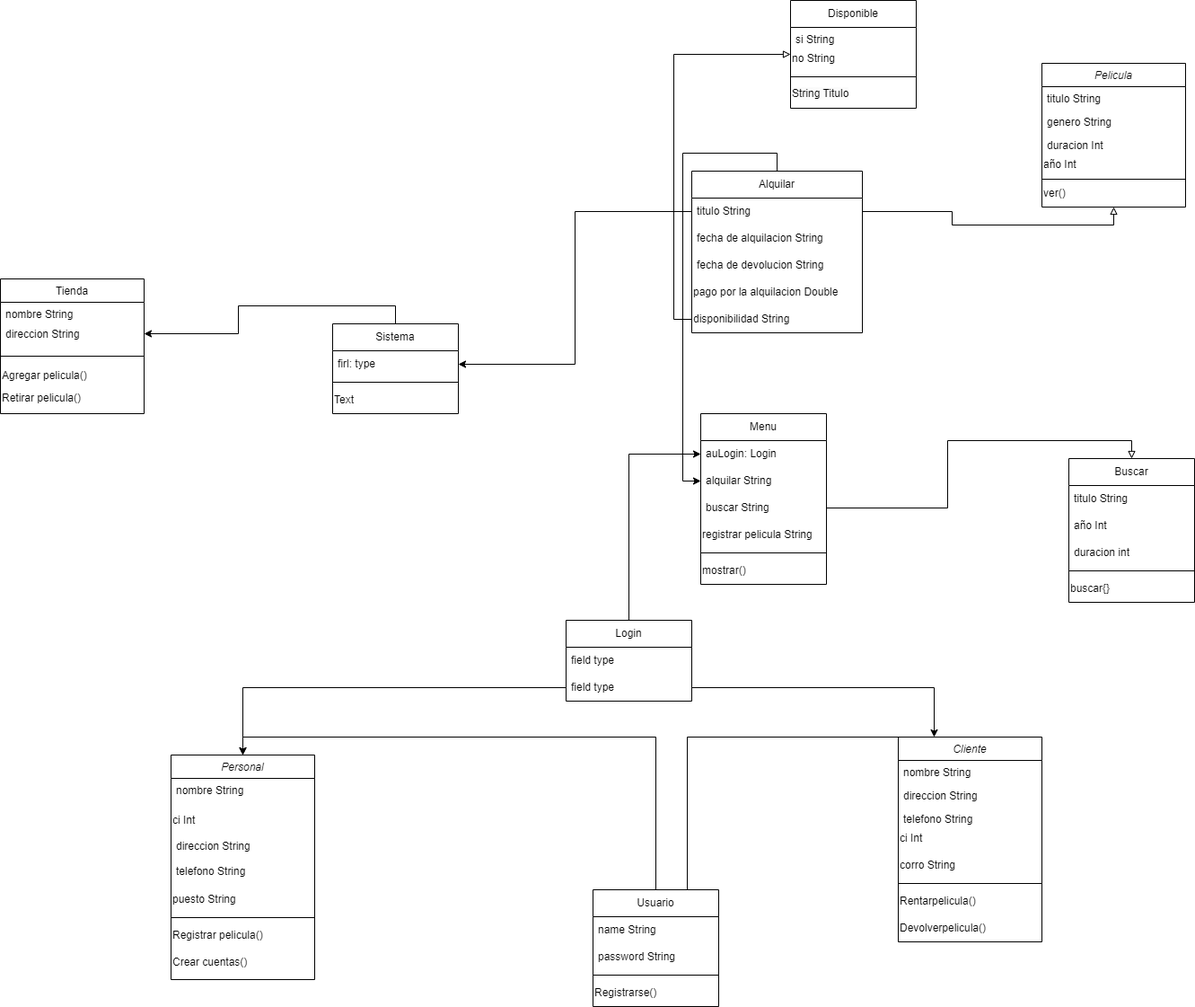
jhovanii/trabaja keeps this draw.io diagram as diagrama.drawio.png. Above is the earlier version. Source tidied: cells renumbered, new cells last; positions are measured from the earlier drawing's top-left corner, leaving out a move shared by most shapes.
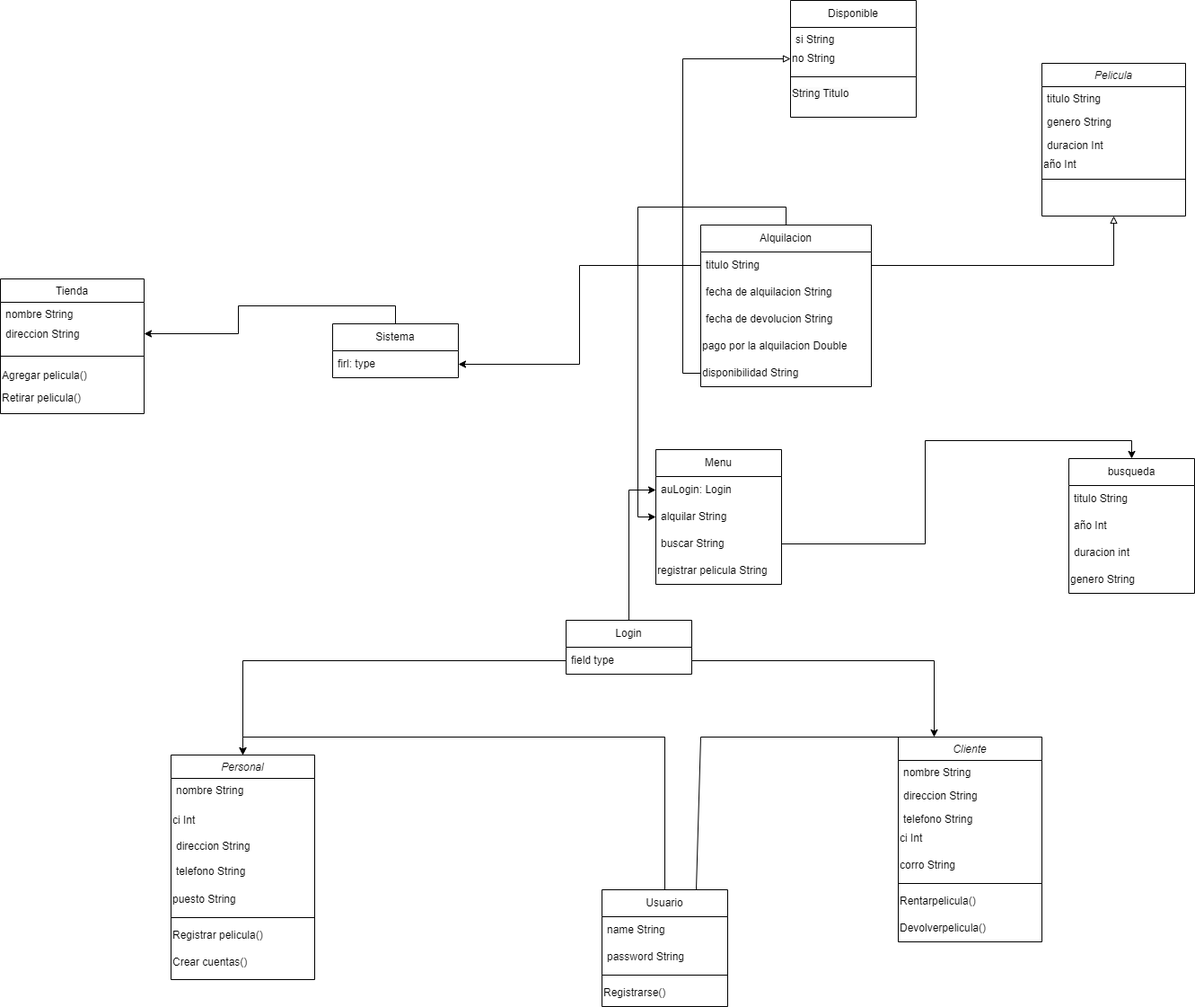
After the change.

Change to the diagram source:
```diff
@@ -48,7 +48,7 @@
       <mxGeometry y="118" width="160" height="30" as="geometry" />
     </mxCell>
     <mxCell id="17" value="Pelicula" style="swimlane;fontStyle=2;align=center;verticalAlign=top;horizontal=1;startSize=26;rounded=0;shadow=0;strokeWidth=1;" parent="1" vertex="1">
-      <mxGeometry x="1160" y="70" width="160" height="160" as="geometry" />
+      <mxGeometry x="1160" y="70" width="160" height="170" as="geometry" />
     </mxCell>
     <mxCell id="18" value="titulo String" style="text;align=left;verticalAlign=top;spacingLeft=4;spacingRight=4;overflow=hidden;" parent="17" vertex="1">
       <mxGeometry y="26" width="160" height="26" as="geometry" />
@@ -65,9 +65,6 @@
     <mxCell id="22" style="line;html=1;strokeWidth=1;align=left;verticalAlign=middle;spacingTop=-1;spacingLeft=3;spacingRight=3;labelPosition=right;" parent="17" vertex="1">
       <mxGeometry y="128" width="160" height="2" as="geometry" />
     </mxCell>
-    <mxCell id="23" value="ver()" style="text;html=1;align=left;verticalAlign=middle;whiteSpace=wrap;rounded=0;" parent="17" vertex="1">
-      <mxGeometry y="130" width="160" height="30" as="geometry" />
-    </mxCell>
     <mxCell id="24" value="Cliente" style="swimlane;fontStyle=2;align=center;verticalAlign=top;horizontal=1;startSize=26;rounded=0;shadow=0;strokeWidth=1;" parent="1" vertex="1">
       <mxGeometry x="1000" y="820" width="160" height="228" as="geometry" />
     </mxCell>
@@ -96,7 +93,7 @@
       <mxGeometry y="198" width="160" height="30" as="geometry" />
     </mxCell>
     <mxCell id="33" value="Disponible" style="swimlane;fontStyle=0;horizontal=1;startSize=30;whiteSpace=wrap;html=1;" parent="1" vertex="1">
-      <mxGeometry x="880" width="140" height="120" as="geometry" />
+      <mxGeometry x="880" width="140" height="130" as="geometry" />
     </mxCell>
     <mxCell id="34" value="si String" style="text;align=left;verticalAlign=top;spacingLeft=4;spacingRight=4;overflow=hidden;" parent="33" vertex="1">
       <mxGeometry y="30" width="140" height="20" as="geometry" />
@@ -108,13 +105,13 @@
       <mxGeometry y="80" width="140" height="10" as="geometry" />
     </mxCell>
     <mxCell id="37" value="&lt;span style=&quot;color: rgb(0, 0, 0); font-family: Helvetica; font-size: 12px; font-style: normal; font-variant-ligatures: normal; font-variant-caps: normal; font-weight: 400; letter-spacing: normal; orphans: 2; text-align: left; text-indent: 0px; text-transform: none; widows: 2; word-spacing: 0px; -webkit-text-stroke-width: 0px; white-space: nowrap; background-color: rgb(251, 251, 251); text-decoration-thickness: initial; text-decoration-style: initial; text-decoration-color: initial; display: inline !important; float: none;&quot;&gt;String Titulo&lt;/span&gt;" style="text;whiteSpace=wrap;html=1;" parent="33" vertex="1">
-      <mxGeometry y="90" width="140" height="30" as="geometry" />
+      <mxGeometry y="90" width="140" height="40" as="geometry" />
     </mxCell>
     <mxCell id="38" style="edgeStyle=orthogonalEdgeStyle;rounded=0;jettySize=auto;html=1;exitX=0.5;exitY=0;exitDx=0;exitDy=0;entryX=0.5;entryY=0;entryDx=0;entryDy=0;" parent="1" edge="1" source="39" target="2">
       <mxGeometry relative="1" as="geometry" />
     </mxCell>
     <mxCell id="39" value="Usuario" style="swimlane;fontStyle=0;horizontal=1;startSize=30;whiteSpace=wrap;html=1;" parent="1" vertex="1">
-      <mxGeometry x="660" y="990" width="140" height="130" as="geometry" />
+      <mxGeometry x="670" y="990" width="140" height="130" as="geometry" />
     </mxCell>
     <mxCell id="40" value="name String" style="text;strokeColor=none;fillColor=none;align=left;verticalAlign=middle;spacingLeft=4;spacingRight=4;overflow=hidden;whiteSpace=wrap;html=1;" parent="39" vertex="1">
       <mxGeometry y="30" width="140" height="30" as="geometry" />
@@ -132,34 +129,25 @@
       <mxGeometry relative="1" as="geometry" />
     </mxCell>
     <mxCell id="45" value="Sistema" style="swimlane;fontStyle=0;horizontal=1;startSize=30;whiteSpace=wrap;html=1;" parent="1" vertex="1">
-      <mxGeometry x="370" y="360" width="140" height="100" as="geometry" />
+      <mxGeometry x="370" y="360" width="140" height="60" as="geometry" />
     </mxCell>
     <mxCell id="46" value="firl: type" style="text;strokeColor=none;fillColor=none;align=left;verticalAlign=middle;spacingLeft=4;spacingRight=4;overflow=hidden;points=[[0,0.5],[1,0.5]];portConstraint=eastwest;whiteSpace=wrap;html=1;" parent="45" vertex="1">
       <mxGeometry y="30" width="140" height="30" as="geometry" />
     </mxCell>
-    <mxCell id="47" style="line;html=1;strokeWidth=1;align=left;verticalAlign=middle;spacingTop=-1;spacingLeft=3;spacingRight=3;labelPosition=right;" parent="45" vertex="1">
-      <mxGeometry y="60" width="140" height="10" as="geometry" />
-    </mxCell>
-    <mxCell id="48" value="Text" style="text;html=1;align=left;verticalAlign=middle;whiteSpace=wrap;rounded=0;" parent="45" vertex="1">
-      <mxGeometry y="70" width="140" height="30" as="geometry" />
-    </mxCell>
     <mxCell id="49" style="edgeStyle=orthogonalEdgeStyle;rounded=0;jettySize=auto;html=1;exitX=0.5;exitY=0;exitDx=0;exitDy=0;entryX=0;entryY=0.5;entryDx=0;entryDy=0;" parent="1" edge="1" source="50" target="61">
       <mxGeometry relative="1" as="geometry" />
     </mxCell>
     <mxCell id="50" value="Login" style="swimlane;fontStyle=0;horizontal=1;startSize=30;whiteSpace=wrap;html=1;" parent="1" vertex="1">
-      <mxGeometry x="630" y="690" width="140" height="90" as="geometry" />
+      <mxGeometry x="630" y="690" width="140" height="60" as="geometry" />
     </mxCell>
-    <mxCell id="51" value="field type" style="text;strokeColor=none;fillColor=none;align=left;verticalAlign=middle;spacingLeft=4;spacingRight=4;overflow=hidden;whiteSpace=wrap;html=1;" parent="50" vertex="1">
-      <mxGeometry y="30" width="140" height="30" as="geometry" />
-    </mxCell>
     <mxCell id="52" value="field type" style="text;strokeColor=none;fillColor=none;align=left;verticalAlign=middle;spacingLeft=4;spacingRight=4;overflow=hidden;points=[[0,0.5],[1,0.5]];portConstraint=eastwest;whiteSpace=wrap;html=1;" parent="50" vertex="1">
-      <mxGeometry y="60" width="140" height="30" as="geometry" />
+      <mxGeometry y="30" width="140" height="30" as="geometry" />
     </mxCell>
     <mxCell id="53" style="edgeStyle=orthogonalEdgeStyle;rounded=0;jettySize=auto;html=1;exitX=0.5;exitY=0;exitDx=0;exitDy=0;entryX=0;entryY=0.5;entryDx=0;entryDy=0;" parent="1" edge="1" source="54" target="62">
       <mxGeometry relative="1" as="geometry" />
     </mxCell>
-    <mxCell id="54" value="Alquilar" style="swimlane;fontStyle=0;horizontal=1;startSize=30;whiteSpace=wrap;html=1;" parent="1" vertex="1">
-      <mxGeometry x="770" y="190" width="190" height="180" as="geometry" />
+    <mxCell id="54" value="Alquilacion" style="swimlane;fontStyle=0;horizontal=1;startSize=30;whiteSpace=wrap;html=1;" parent="1" vertex="1">
+      <mxGeometry x="780" y="250" width="190" height="180" as="geometry" />
     </mxCell>
     <mxCell id="55" value="titulo String&amp;nbsp;" style="text;strokeColor=none;fillColor=none;align=left;verticalAlign=middle;spacingLeft=4;spacingRight=4;overflow=hidden;points=[[0,0.5],[1,0.5]];portConstraint=eastwest;whiteSpace=wrap;html=1;" parent="54" vertex="1">
       <mxGeometry y="30" width="190" height="30" as="geometry" />
@@ -177,7 +165,7 @@
       <mxGeometry y="150" width="190" height="30" as="geometry" />
     </mxCell>
     <mxCell id="60" value="Menu" style="swimlane;fontStyle=0;horizontal=1;startSize=30;whiteSpace=wrap;html=1;" parent="1" vertex="1">
-      <mxGeometry x="780" y="460" width="140" height="190" as="geometry" />
+      <mxGeometry x="730" y="500" width="140" height="150" as="geometry" />
     </mxCell>
     <mxCell id="61" value="auLogin: Login" style="text;strokeColor=none;fillColor=none;align=left;verticalAlign=middle;spacingLeft=4;spacingRight=4;overflow=hidden;points=[[0,0.5],[1,0.5]];portConstraint=eastwest;whiteSpace=wrap;html=1;" parent="60" vertex="1">
       <mxGeometry y="30" width="140" height="30" as="geometry" />
@@ -191,12 +179,6 @@
     <mxCell id="64" value="registrar pelicula String" style="text;html=1;align=left;verticalAlign=middle;whiteSpace=wrap;rounded=0;" parent="60" vertex="1">
       <mxGeometry y="120" width="140" height="30" as="geometry" />
     </mxCell>
-    <mxCell id="65" style="line;html=1;strokeWidth=1;align=left;verticalAlign=middle;spacingTop=-1;spacingLeft=3;spacingRight=3;labelPosition=right;" parent="60" vertex="1">
-      <mxGeometry y="150" width="140" height="10" as="geometry" />
-    </mxCell>
-    <mxCell id="66" value="mostrar()" style="text;html=1;align=left;verticalAlign=middle;whiteSpace=wrap;rounded=0;" parent="60" vertex="1">
-      <mxGeometry y="160" width="140" height="30" as="geometry" />
-    </mxCell>
     <mxCell id="67" style="edgeStyle=orthogonalEdgeStyle;rounded=0;jettySize=auto;html=1;exitX=1;exitY=0.5;exitDx=0;exitDy=0;entryX=0.25;entryY=0;entryDx=0;entryDy=0;" parent="1" edge="1" source="52" target="24">
       <mxGeometry relative="1" as="geometry" />
     </mxCell>
@@ -206,7 +188,7 @@
     <mxCell id="69" style="endArrow=none;html=1;rounded=0;entryX=0.5;entryY=0;entryDx=0;entryDy=0;exitX=0.75;exitY=0;exitDx=0;exitDy=0;" parent="1" edge="1" source="39" target="24">
       <mxGeometry relative="1" as="geometry">
         <Array as="points">
-          <mxPoint x="765" y="820" />
+          <mxPoint x="780" y="820" />
         </Array>
       </mxGeometry>
     </mxCell>
@@ -219,8 +201,8 @@
     <mxCell id="72" style="edgeStyle=orthogonalEdgeStyle;rounded=0;jettySize=auto;html=1;exitX=0;exitY=0.5;exitDx=0;exitDy=0;entryX=0;entryY=0.5;entryDx=0;entryDy=0;endArrow=block;endFill=0;" parent="1" edge="1" source="59" target="33">
       <mxGeometry relative="1" as="geometry" />
     </mxCell>
-    <mxCell id="73" value="Buscar" style="swimlane;fontStyle=0;horizontal=1;startSize=30;whiteSpace=wrap;html=1;" parent="1" vertex="1">
-      <mxGeometry x="1190" y="510" width="140" height="160" as="geometry" />
+    <mxCell id="73" value="busqueda" style="swimlane;fontStyle=0;horizontal=1;startSize=30;whiteSpace=wrap;html=1;" parent="1" vertex="1">
+      <mxGeometry x="1190" y="510" width="140" height="150" as="geometry" />
     </mxCell>
     <mxCell id="74" value="titulo String&amp;nbsp;" style="text;strokeColor=none;fillColor=none;align=left;verticalAlign=middle;spacingLeft=4;spacingRight=4;overflow=hidden;whiteSpace=wrap;html=1;" parent="73" vertex="1">
       <mxGeometry y="30" width="140" height="30" as="geometry" />
@@ -231,13 +213,10 @@
     <mxCell id="76" value="duracion int" style="text;strokeColor=none;fillColor=none;align=left;verticalAlign=middle;spacingLeft=4;spacingRight=4;overflow=hidden;whiteSpace=wrap;html=1;" parent="73" vertex="1">
       <mxGeometry y="90" width="140" height="30" as="geometry" />
     </mxCell>
-    <mxCell id="77" style="line;html=1;strokeWidth=1;align=left;verticalAlign=middle;spacingTop=-1;spacingLeft=3;spacingRight=3;labelPosition=right;" parent="73" vertex="1">
-      <mxGeometry y="120" width="140" height="10" as="geometry" />
-    </mxCell>
-    <mxCell id="78" value="buscar{}" style="text;html=1;align=left;verticalAlign=middle;whiteSpace=wrap;rounded=0;" parent="73" vertex="1">
-      <mxGeometry y="130" width="140" height="30" as="geometry" />
-    </mxCell>
+    <mxCell id="80" value="genero String" style="text;html=1;align=left;verticalAlign=middle;whiteSpace=wrap;rounded=0;" parent="73" vertex="1">
+      <mxGeometry y="120" width="140" height="30" as="geometry" />
+    </mxCell>
-    <mxCell id="79" style="edgeStyle=orthogonalEdgeStyle;rounded=0;jettySize=auto;html=1;exitX=1;exitY=0.5;exitDx=0;exitDy=0;entryX=0.5;entryY=0;entryDx=0;entryDy=0;endArrow=block;endFill=0;" parent="1" edge="1" source="63" target="73">
+    <mxCell id="79" style="edgeStyle=orthogonalEdgeStyle;rounded=0;jettySize=auto;html=1;exitX=1;exitY=0.5;exitDx=0;exitDy=0;entryX=0.5;entryY=0;entryDx=0;entryDy=0;" parent="1" edge="1" source="63" target="73">
       <mxGeometry relative="1" as="geometry" />
     </mxCell>
   </root>
```
